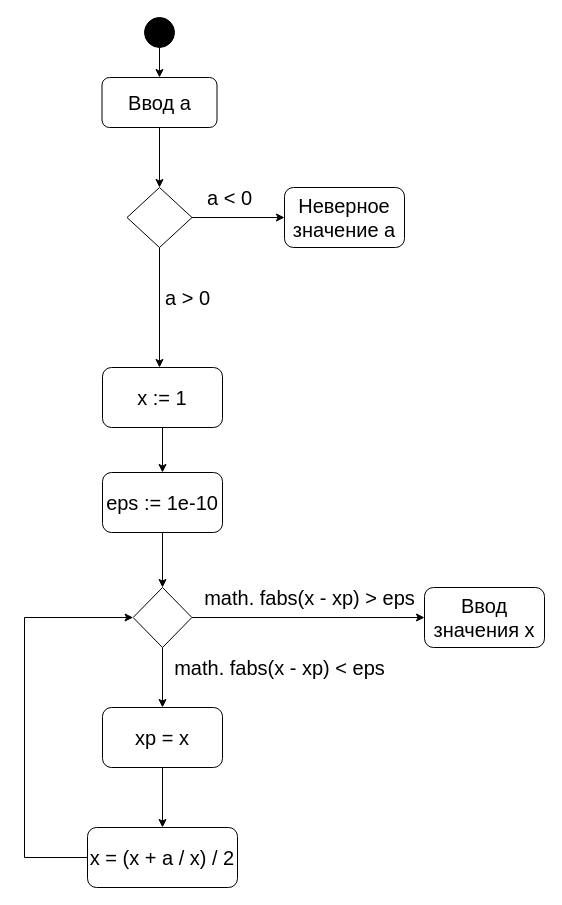
Before: Диаграмма модуля 4.drawio in Dvinec/lab-2.2, a draw.io diagram. Source tidied: cells renumbered, new cells numbered last; positions are measured from the earlier drawing's top-left corner, leaving out a move shared by most shapes. Both pictures are drawn from the tidied source at 100%, with x=0, y=0 at pixel (24, 17).
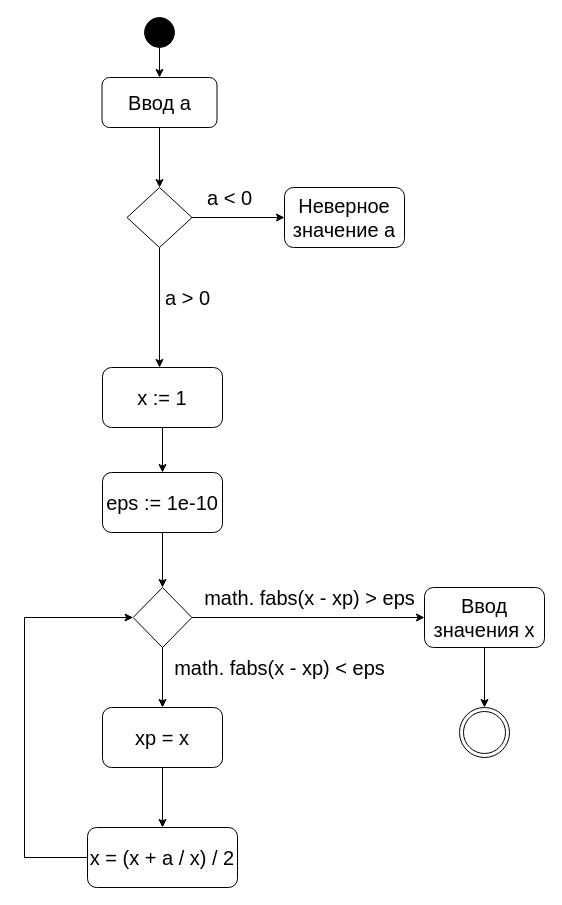
Above is the later version.

The change refers to these unchanged cells:
```xml
<mxCell id="7" value="Ввод значения х" style="rounded=1;whiteSpace=wrap;html=1;fontSize=20;fillColor=none;" parent="1" vertex="1">
  <mxGeometry x="400" y="570" width="120" height="60" as="geometry" />
</mxCell>
```

What changed in the source:
```diff
@@
+    <mxCell id="28" style="ellipse;shape=doubleEllipse;whiteSpace=wrap;html=1;fillStyle=auto;fillColor=none;" parent="1" vertex="1">
+      <mxGeometry x="435" y="690" width="50" height="50" as="geometry" />
+    </mxCell>
+    <mxCell id="29" style="endArrow=classic;html=1;rounded=0;exitX=0.5;exitY=1;exitDx=0;exitDy=0;entryX=0.5;entryY=0;entryDx=0;entryDy=0;" parent="1" edge="1" source="7" target="28">
+      <mxGeometry relative="1" as="geometry" />
+    </mxCell>
```
